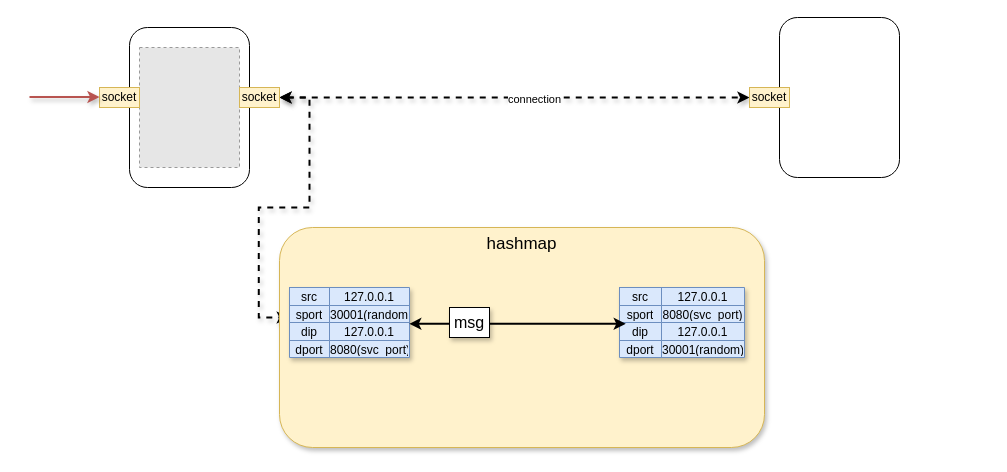
Earlier version of the draw.io diagram Ingress_acceleration.drawio (xu1zhou/Documents). Source tidied: cells renumbered, new cells numbered last; positions are measured from the earlier drawing's top-left corner, leaving out a move shared by most shapes. Both pictures are drawn from the tidied source at 100%, with x=0, y=0 at pixel (29, 17). Pictures stored in the file or linked from it are replaced by grey dashed boxes.
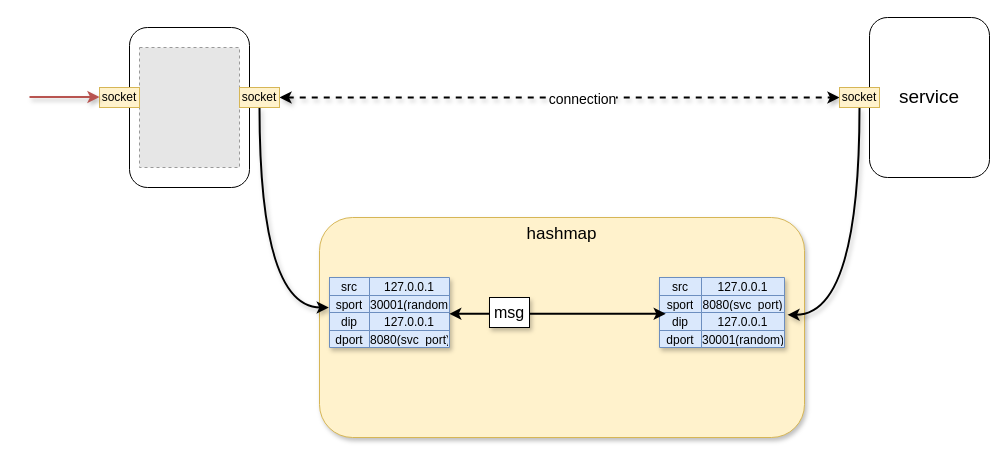
The same diagram, later.

Unchanged cells that the change refers to:
```xml
<mxCell id="5" style="edgeStyle=orthogonalEdgeStyle;rounded=0;jettySize=auto;html=1;entryX=0;entryY=0.5;entryDx=0;entryDy=0;shadow=1;strokeWidth=2;startArrow=classic;startFill=1;dashed=1;" parent="1" edge="1" source="8" target="9">
  <mxGeometry relative="1" as="geometry" />
</mxCell>
<mxCell id="8" value="socket" style="text;html=1;strokeColor=#d6b656;fillColor=#fff2cc;align=center;verticalAlign=middle;whiteSpace=wrap;rounded=0;" parent="1" vertex="1">
  <mxGeometry x="210" y="70" width="40" height="20" as="geometry" />
</mxCell>
<mxCell id="20" style="shape=partialRectangle;html=1;whiteSpace=wrap;fillColor=none;top=0;left=0;bottom=0;right=0;points=[[0,0.5],[1,0.5]];portConstraint=eastwest;" parent="13" vertex="1">
  <mxGeometry y="35" width="120" height="18" as="geometry" />
</mxCell>
<mxCell id="33" style="shape=partialRectangle;html=1;whiteSpace=wrap;fillColor=none;top=0;left=0;bottom=0;right=0;points=[[0,0.5],[1,0.5]];portConstraint=eastwest;" parent="26" vertex="1">
  <mxGeometry y="35" width="125" height="18" as="geometry" />
</mxCell>
```

Change to the diagram source:
```diff
@@
+    <mxCell id="12" value="&lt;font style=&quot;font-size: 17px&quot;&gt;hashmap&lt;/font&gt;" style="rounded=1;whiteSpace=wrap;html=1;align=center;shadow=1;verticalAlign=top;fillColor=#fff2cc;strokeColor=#d6b656;" parent="1" vertex="1">
+      <mxGeometry x="290" y="200" width="485" height="220" as="geometry" />
+    </mxCell>
@@
-    <mxCell id="4" style="rounded=1;whiteSpace=wrap;html=1;" parent="1" vertex="1">
-      <mxGeometry x="750" width="120" height="160" as="geometry" />
+    <mxCell id="4" value="&lt;font style=&quot;font-size: 19px&quot;&gt;service&lt;/font&gt;" style="rounded=1;whiteSpace=wrap;html=1;" parent="1" vertex="1">
+      <mxGeometry x="840" width="120" height="160" as="geometry" />
     </mxCell>
@@
-    <mxCell id="6" value="connection" style="edgeLabel;html=1;align=center;verticalAlign=middle;" parent="5" vertex="1">
+    <mxCell id="6" value="&lt;font style=&quot;font-size: 14px&quot;&gt;connection&lt;/font&gt;" style="edgeLabel;html=1;align=center;verticalAlign=middle;" parent="5" vertex="1">
       <mxGeometry x="0.08" y="-1" relative="1" as="geometry" />
     </mxCell>
-    <mxCell id="7" style="edgeStyle=entityRelationEdgeStyle;rounded=0;jettySize=auto;html=1;entryX=-0.006;entryY=-0.278;entryDx=0;entryDy=0;entryPerimeter=0;shadow=1;dashed=1;startArrow=classic;startFill=1;strokeWidth=2;" parent="1" edge="1" source="8" target="20">
+    <mxCell id="7" style="edgeStyle=orthogonalEdgeStyle;rounded=0;jettySize=auto;html=1;entryX=-0.006;entryY=-0.278;entryDx=0;entryDy=0;entryPerimeter=0;shadow=1;startArrow=none;startFill=0;strokeWidth=2;curved=1;" parent="1" edge="1" source="8" target="20">
       <mxGeometry relative="1" as="geometry" />
     </mxCell>
@@
+    <mxCell id="41" style="edgeStyle=orthogonalEdgeStyle;curved=1;rounded=0;jettySize=auto;html=1;entryX=1.024;entryY=0.13;entryDx=0;entryDy=0;entryPerimeter=0;shadow=1;startArrow=none;startFill=0;strokeWidth=2;" parent="1" edge="1" source="9" target="33">
+      <mxGeometry relative="1" as="geometry" />
+    </mxCell>
     <mxCell id="9" value="socket" style="text;html=1;strokeColor=#d6b656;fillColor=#fff2cc;align=center;verticalAlign=middle;whiteSpace=wrap;rounded=0;" parent="1" vertex="1">
-      <mxGeometry x="720" y="70" width="40" height="20" as="geometry" />
+      <mxGeometry x="810" y="70" width="40" height="20" as="geometry" />
     </mxCell>
@@
-    <mxCell id="12" value="&lt;font style=&quot;font-size: 17px&quot;&gt;hashmap&lt;/font&gt;" style="rounded=1;whiteSpace=wrap;html=1;align=center;shadow=1;verticalAlign=top;fillColor=#fff2cc;strokeColor=#d6b656;" parent="1" vertex="1">
-      <mxGeometry x="250" y="210" width="485" height="220" as="geometry" />
-    </mxCell>
     <mxCell id="13" style="shape=table;html=1;whiteSpace=wrap;startSize=0;childLayout=tableLayout;fillColor=#dae8fc;strokeColor=#6c8ebf;shadow=1;" parent="1" vertex="1">
-      <mxGeometry x="260" y="270" width="120" height="70" as="geometry" />
+      <mxGeometry x="300" y="260" width="120" height="70" as="geometry" />
     </mxCell>
@@
     <mxCell id="26" style="shape=table;html=1;whiteSpace=wrap;startSize=0;childLayout=tableLayout;fillColor=#dae8fc;strokeColor=#6c8ebf;shadow=1;" parent="1" vertex="1">
-      <mxGeometry x="590" y="270" width="125" height="70" as="geometry" />
+      <mxGeometry x="630" y="260" width="125" height="70" as="geometry" />
     </mxCell>
@@
     <mxCell id="40" value="msg" style="rounded=0;whiteSpace=wrap;html=1;shadow=1;labelBackgroundColor=none;fontSize=16;align=center;" parent="1" vertex="1">
-      <mxGeometry x="420" y="290" width="40" height="30" as="geometry" />
+      <mxGeometry x="460" y="280" width="40" height="30" as="geometry" />
     </mxCell>
```
